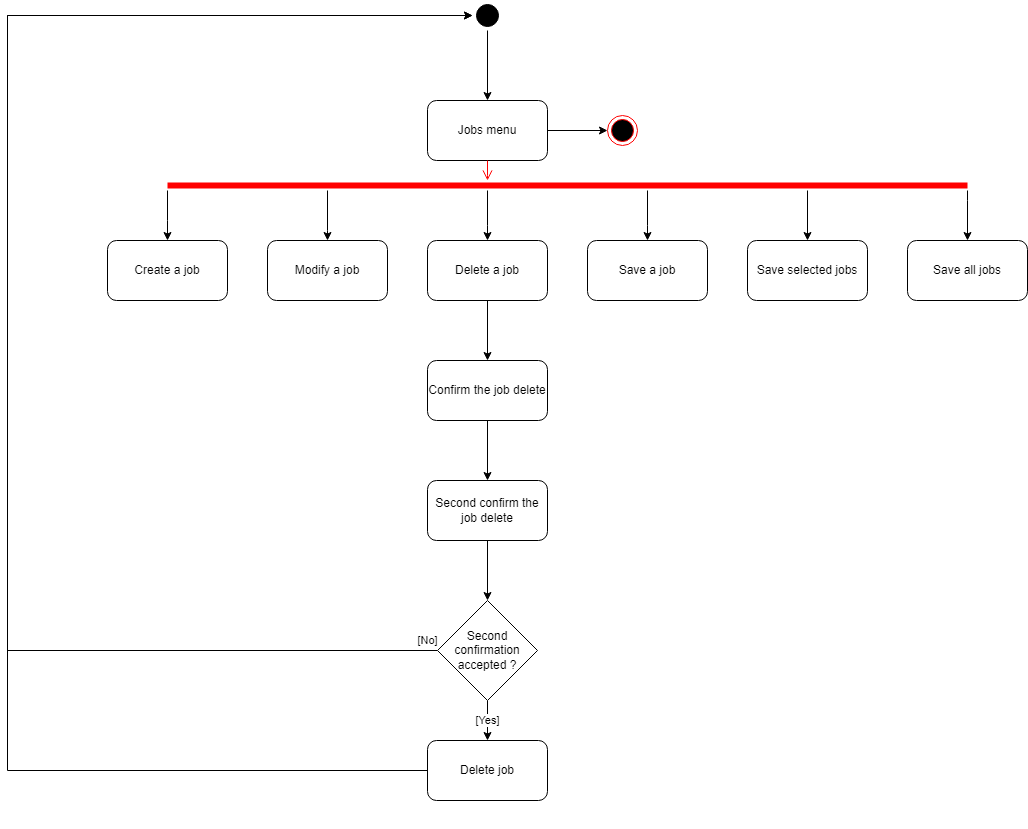
Before: CDC/3.0/activity_diagram_job_delete.png, a diagram exported from draw.io (Atineon/easysave_production). Source tidied: cells renumbered, new cells last; positions are measured from the earlier drawing's top-left corner, leaving out a move shared by most shapes.
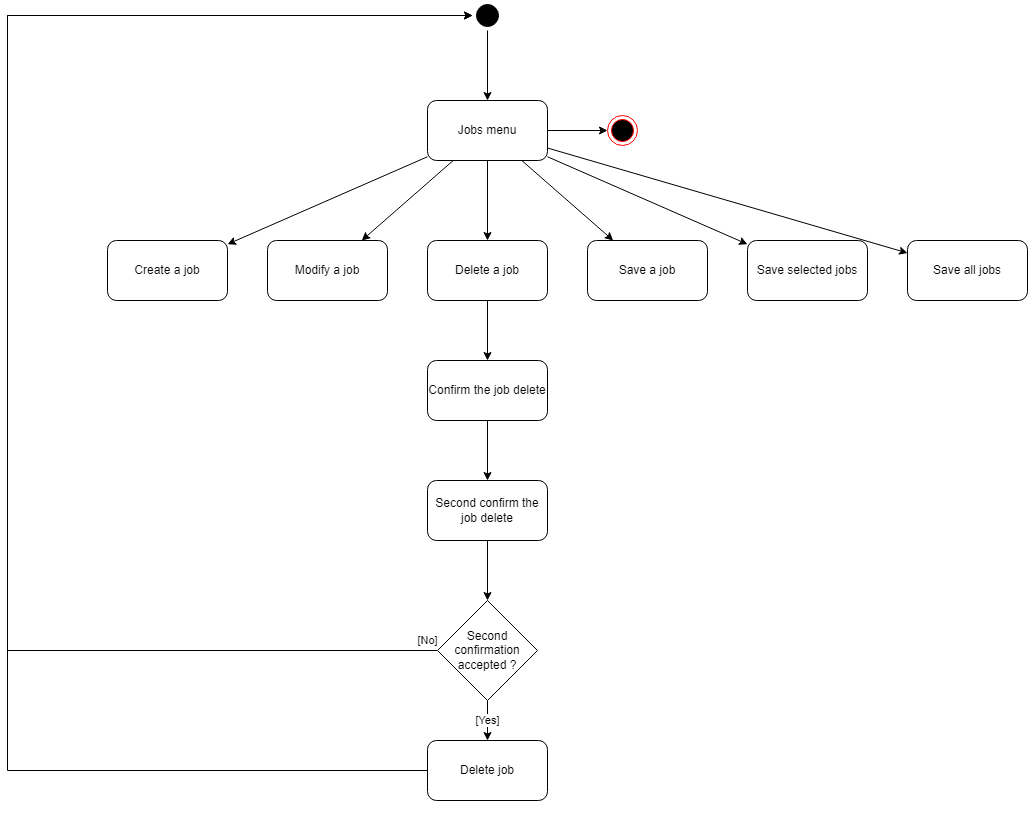
The same diagram one commit later.

Commit message:
fix: join activity diagram

The edit, as a diff of the source:
```diff
@@ -5,6 +5,24 @@
     <mxCell id="2" style="edgeStyle=orthogonalEdgeStyle;rounded=0;jettySize=auto;html=1;endArrow=classic;endFill=1;elbow=vertical;" parent="1" edge="1" source="3" target="29">
       <mxGeometry relative="1" as="geometry" />
     </mxCell>
+    <mxCell id="32" style="edgeStyle=none;rounded=0;jettySize=auto;html=1;" parent="1" edge="1" source="3" target="4">
+      <mxGeometry relative="1" as="geometry" />
+    </mxCell>
+    <mxCell id="33" style="edgeStyle=none;rounded=0;jettySize=auto;html=1;" parent="1" edge="1" source="3" target="5">
+      <mxGeometry relative="1" as="geometry" />
+    </mxCell>
+    <mxCell id="34" style="edgeStyle=none;rounded=0;jettySize=auto;html=1;" parent="1" edge="1" source="3" target="7">
+      <mxGeometry relative="1" as="geometry" />
+    </mxCell>
+    <mxCell id="35" style="edgeStyle=none;rounded=0;jettySize=auto;html=1;" parent="1" edge="1" source="3" target="8">
+      <mxGeometry relative="1" as="geometry" />
+    </mxCell>
+    <mxCell id="36" style="edgeStyle=none;rounded=0;jettySize=auto;html=1;" parent="1" edge="1" source="3" target="10">
+      <mxGeometry relative="1" as="geometry" />
+    </mxCell>
+    <mxCell id="37" style="edgeStyle=none;rounded=0;jettySize=auto;html=1;" parent="1" edge="1" source="3" target="9">
+      <mxGeometry relative="1" as="geometry" />
+    </mxCell>
     <mxCell id="3" value="Jobs menu" style="rounded=1;whiteSpace=wrap;html=1;" parent="1" vertex="1">
       <mxGeometry x="420" y="100" width="120" height="60" as="geometry" />
     </mxCell>
@@ -69,65 +87,6 @@
     <mxCell id="19" style="edgeStyle=orthogonalEdgeStyle;rounded=0;jettySize=auto;html=1;endArrow=classic;endFill=1;elbow=vertical;" parent="1" edge="1" source="28" target="3">
       <mxGeometry relative="1" as="geometry" />
     </mxCell>
-    <mxCell id="20" style="edgeStyle=orthogonalEdgeStyle;rounded=0;jettySize=auto;html=1;endArrow=classic;endFill=1;elbow=vertical;" parent="1" edge="1" source="26" target="5">
-      <mxGeometry relative="1" as="geometry">
-        <Array as="points">
-          <mxPoint x="320" y="230" />
-          <mxPoint x="320" y="230" />
-        </Array>
-      </mxGeometry>
-    </mxCell>
-    <mxCell id="21" style="edgeStyle=orthogonalEdgeStyle;rounded=0;jettySize=auto;html=1;endArrow=classic;endFill=1;elbow=vertical;" parent="1" edge="1" source="26" target="4">
-      <mxGeometry relative="1" as="geometry">
-        <Array as="points">
-          <mxPoint x="160" y="220" />
-          <mxPoint x="160" y="220" />
-        </Array>
-      </mxGeometry>
-    </mxCell>
-    <mxCell id="22" style="edgeStyle=orthogonalEdgeStyle;rounded=0;jettySize=auto;html=1;endArrow=classic;endFill=1;elbow=vertical;" parent="1" edge="1" source="26" target="7">
-      <mxGeometry relative="1" as="geometry">
-        <Array as="points">
-          <mxPoint x="480" y="225" />
-          <mxPoint x="480" y="225" />
-        </Array>
-      </mxGeometry>
-    </mxCell>
-    <mxCell id="23" style="edgeStyle=orthogonalEdgeStyle;rounded=0;jettySize=auto;html=1;endArrow=classic;endFill=1;elbow=vertical;" parent="1" edge="1" source="26" target="8">
-      <mxGeometry relative="1" as="geometry">
-        <Array as="points">
-          <mxPoint x="640" y="225" />
-          <mxPoint x="640" y="225" />
-        </Array>
-      </mxGeometry>
-    </mxCell>
-    <mxCell id="24" style="edgeStyle=orthogonalEdgeStyle;rounded=0;jettySize=auto;html=1;endArrow=classic;endFill=1;elbow=vertical;" parent="1" edge="1" source="26" target="10">
-      <mxGeometry relative="1" as="geometry">
-        <Array as="points">
-          <mxPoint x="800" y="235" />
-          <mxPoint x="800" y="235" />
-        </Array>
-      </mxGeometry>
-    </mxCell>
-    <mxCell id="25" style="edgeStyle=orthogonalEdgeStyle;rounded=0;jettySize=auto;html=1;endArrow=classic;endFill=1;elbow=vertical;" parent="1" edge="1" source="26" target="9">
-      <mxGeometry relative="1" as="geometry">
-        <Array as="points">
-          <mxPoint x="960" y="200" />
-          <mxPoint x="960" y="200" />
-        </Array>
-      </mxGeometry>
-    </mxCell>
-    <mxCell id="26" style="shape=line;html=1;strokeWidth=6;strokeColor=#ff0000;gradientColor=none;" parent="1" vertex="1">
-      <mxGeometry x="160" y="180" width="800" height="10" as="geometry" />
-    </mxCell>
-    <mxCell id="27" style="edgeStyle=orthogonalEdgeStyle;html=1;verticalAlign=bottom;endArrow=open;endSize=8;strokeColor=#ff0000;rounded=0;elbow=vertical;" parent="1" edge="1" source="3" target="26">
-      <mxGeometry relative="1" as="geometry">
-        <Array as="points">
-          <mxPoint x="480" y="175" />
-          <mxPoint x="480" y="175" />
-        </Array>
-      </mxGeometry>
-    </mxCell>
     <mxCell id="28" style="ellipse;shape=startState;fillColor=#000000;strokeColor=#000000;" parent="1" vertex="1">
       <mxGeometry x="465" width="30" height="30" as="geometry" />
     </mxCell>
```
